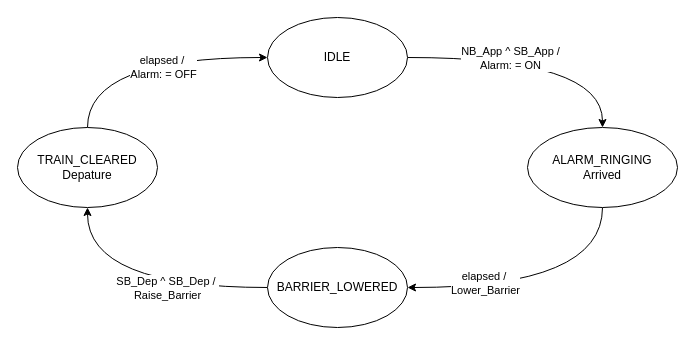
Earlier version of the draw.io diagram Train_Crossing_FSM_Simple.drawio (uofu-emb/2024-lab09-Semrah-Chase). Source tidied: cells renumbered, new cells numbered last; positions are measured from the earlier drawing's top-left corner, leaving out a move shared by most shapes. Both pictures are drawn from the tidied source at 100%, with x=0, y=0 at pixel (17, 17).
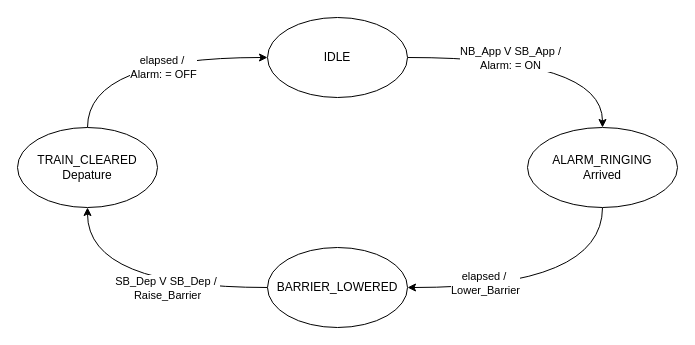
The same page after the edit.

Commit message (it also covers changes not shown here):
Fixed symbol in FSM diagram.'

Diff of the diagram source:
```diff
@@
 <mxGraphModel>
   <root>
     <mxCell id="0" />
     <mxCell id="1" parent="0" />
     <mxCell id="2" style="edgeStyle=orthogonalEdgeStyle;rounded=0;jettySize=auto;html=1;curved=1;" parent="1" edge="1" source="4" target="7">
       <mxGeometry relative="1" as="geometry" />
     </mxCell>
-    <mxCell id="3" value="NB_App ^ SB_App / &lt;br&gt;Alarm: = ON" style="edgeLabel;html=1;align=center;verticalAlign=middle;" parent="2" vertex="1">
+    <mxCell id="3" value="NB_App V SB_App / &lt;br&gt;Alarm: = ON" style="edgeLabel;html=1;align=center;verticalAlign=middle;" parent="2" vertex="1">
       <mxGeometry x="-0.4" y="-2" relative="1" as="geometry">
         <mxPoint x="22" y="-2" as="offset" />
       </mxGeometry>
     </mxCell>
     <mxCell id="4" value="IDLE" style="ellipse;whiteSpace=wrap;html=1;" parent="1" vertex="1">
       <mxGeometry x="250" width="140" height="80" as="geometry" />
     </mxCell>
     <mxCell id="5" style="edgeStyle=orthogonalEdgeStyle;rounded=0;jettySize=auto;html=1;curved=1;exitX=0.5;exitY=1;exitDx=0;exitDy=0;" parent="1" edge="1" source="7" target="10">
       <mxGeometry relative="1" as="geometry">
         <Array as="points">
           <mxPoint x="585" y="270" />
         </Array>
       </mxGeometry>
     </mxCell>
     <mxCell id="6" value="elapsed /&amp;nbsp;&lt;br&gt;Lower_Barrier" style="edgeLabel;html=1;align=center;verticalAlign=middle;" parent="5" vertex="1">
       <mxGeometry x="0.44" y="-5" relative="1" as="geometry" />
     </mxCell>
     <mxCell id="7" value="ALARM_RINGING&lt;br&gt;Arrived" style="ellipse;whiteSpace=wrap;html=1;" parent="1" vertex="1">
       <mxGeometry x="510" y="110" width="150" height="80" as="geometry" />
     </mxCell>
     <mxCell id="8" style="edgeStyle=orthogonalEdgeStyle;rounded=0;jettySize=auto;html=1;curved=1;" parent="1" edge="1" source="10" target="13">
       <mxGeometry relative="1" as="geometry" />
     </mxCell>
-    <mxCell id="9" value="SB_Dep ^ SB_Dep /&amp;nbsp;&lt;br&gt;Raise_Barrier" style="edgeLabel;html=1;align=center;verticalAlign=middle;" parent="8" vertex="1">
+    <mxCell id="9" value="SB_Dep V SB_Dep /&amp;nbsp;&lt;br&gt;Raise_Barrier" style="edgeLabel;html=1;align=center;verticalAlign=middle;" parent="8" vertex="1">
       <mxGeometry x="-0.22" y="-6" relative="1" as="geometry">
         <mxPoint y="6" as="offset" />
       </mxGeometry>
     </mxCell>
     <mxCell id="10" value="BARRIER_LOWERED" style="ellipse;whiteSpace=wrap;html=1;" parent="1" vertex="1">
       <mxGeometry x="250" y="230" width="140" height="80" as="geometry" />
     </mxCell>
     <mxCell id="11" style="edgeStyle=orthogonalEdgeStyle;curved=1;rounded=0;jettySize=auto;html=1;exitX=0.5;exitY=0;exitDx=0;exitDy=0;entryX=0;entryY=0.5;entryDx=0;entryDy=0;" parent="1" edge="1" source="13" target="4">
       <mxGeometry relative="1" as="geometry" />
     </mxCell>
     <mxCell id="12" value="elapsed /&amp;nbsp;&lt;br&gt;Alarm: = OFF" style="edgeLabel;html=1;align=center;verticalAlign=middle;" parent="11" vertex="1">
       <mxGeometry x="0.16" y="-9" relative="1" as="geometry" />
     </mxCell>
     <mxCell id="13" value="TRAIN_CLEARED&lt;br&gt;Depature" style="ellipse;whiteSpace=wrap;html=1;" parent="1" vertex="1">
       <mxGeometry y="110" width="140" height="80" as="geometry" />
     </mxCell>
   </root>
 </mxGraphModel>
```
